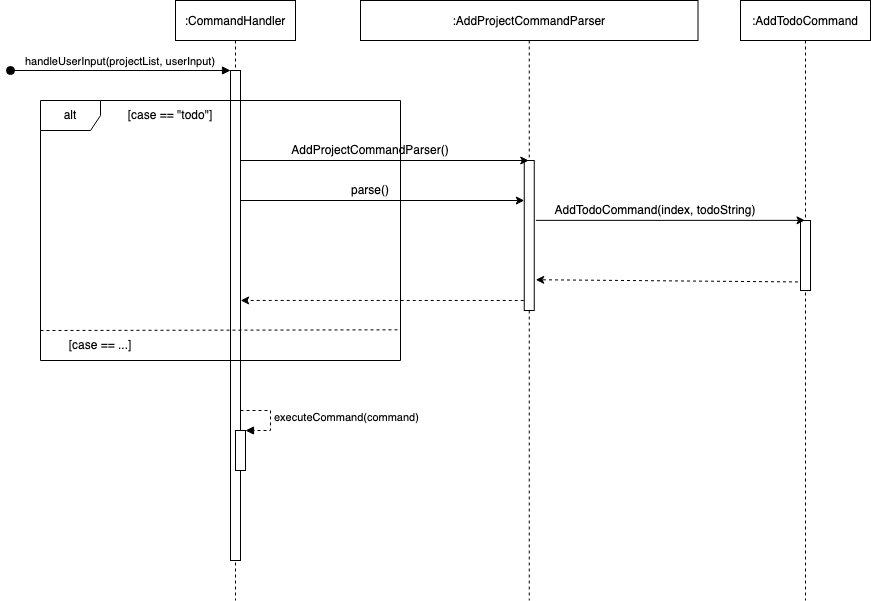
This is docs/UmlDiagrams/CommandParser.png from nus-cs2113-AY2122S2/tp, a draw.io export, as it was before one commit. Source tidied: cells renumbered, new cells last; positions are measured from the earlier drawing's top-left corner, leaving out a move shared by most shapes. Source of this version:
```xml
<mxGraphModel>
  <root>
    <mxCell id="0" />
    <mxCell id="1" parent="0" />
    <mxCell id="2" value=":CommandHandler" style="shape=umlLifeline;perimeter=lifelinePerimeter;rounded=0;shadow=0;strokeWidth=1;" parent="1" vertex="1">
      <mxGeometry x="165" width="120" height="600" as="geometry" />
    </mxCell>
    <mxCell id="3" style="points=[];perimeter=orthogonalPerimeter;rounded=0;shadow=0;strokeWidth=1;" parent="2" vertex="1">
      <mxGeometry x="55" y="70" width="10" height="490" as="geometry" />
    </mxCell>
    <mxCell id="4" value="handleUserInput(projectList, userInput)" style="verticalAlign=bottom;startArrow=oval;endArrow=block;startSize=8;shadow=0;strokeWidth=1;" parent="2" edge="1" target="3">
      <mxGeometry relative="1" as="geometry">
        <mxPoint x="-165" y="70" as="sourcePoint" />
      </mxGeometry>
    </mxCell>
    <mxCell id="5" style="html=1;points=[];perimeter=orthogonalPerimeter;" parent="2" vertex="1">
      <mxGeometry x="60" y="430" width="10" height="40" as="geometry" />
    </mxCell>
    <mxCell id="6" value="executeCommand(command)" style="edgeStyle=orthogonalEdgeStyle;html=1;align=left;spacingLeft=2;endArrow=block;rounded=0;entryX=1;entryY=0;dashed=1;" parent="2" edge="1" target="5">
      <mxGeometry relative="1" as="geometry">
        <mxPoint x="65" y="410" as="sourcePoint" />
        <Array as="points">
          <mxPoint x="95" y="410" />
        </Array>
      </mxGeometry>
    </mxCell>
    <mxCell id="7" value=":AddProjectCommandParser" style="shape=umlLifeline;perimeter=lifelinePerimeter;rounded=0;shadow=0;strokeWidth=1;" parent="1" vertex="1">
      <mxGeometry x="350" width="337.5" height="600" as="geometry" />
    </mxCell>
    <mxCell id="8" style="points=[];perimeter=orthogonalPerimeter;rounded=0;shadow=0;strokeWidth=1;" parent="7" vertex="1">
      <mxGeometry x="163.8" y="160" width="10" height="150" as="geometry" />
    </mxCell>
    <mxCell id="9" style="endArrow=classic;html=1;rounded=0;entryX=0.014;entryY=0;entryDx=0;entryDy=0;entryPerimeter=0;" parent="7" edge="1" target="21">
      <mxGeometry relative="1" as="geometry">
        <mxPoint x="-120" y="200" as="sourcePoint" />
      </mxGeometry>
    </mxCell>
    <mxCell id="10" value="alt" style="shape=umlFrame;whiteSpace=wrap;html=1;" parent="1" vertex="1">
      <mxGeometry x="30" y="100" width="360" height="260" as="geometry" />
    </mxCell>
    <mxCell id="11" style="endArrow=none;dashed=1;html=1;rounded=0;entryX=1.001;entryY=0.882;entryDx=0;entryDy=0;entryPerimeter=0;exitX=0;exitY=0;exitDx=0;exitDy=0;" parent="1" edge="1" source="19" target="10">
      <mxGeometry relative="1" as="geometry" />
    </mxCell>
    <mxCell id="12" value="[case == &quot;todo&quot;]" style="text;html=1;strokeColor=none;fillColor=none;align=center;verticalAlign=middle;whiteSpace=wrap;rounded=0;" parent="1" vertex="1">
      <mxGeometry x="100" y="100" width="120" height="30" as="geometry" />
    </mxCell>
    <mxCell id="13" value=":AddTodoCommand" style="shape=umlLifeline;perimeter=lifelinePerimeter;rounded=0;shadow=0;strokeWidth=1;" parent="1" vertex="1">
      <mxGeometry x="730" width="130" height="600" as="geometry" />
    </mxCell>
    <mxCell id="14" style="points=[];perimeter=orthogonalPerimeter;rounded=0;shadow=0;strokeWidth=1;" parent="13" vertex="1">
      <mxGeometry x="60" y="220" width="10" height="70" as="geometry" />
    </mxCell>
    <mxCell id="15" style="endArrow=classic;html=1;rounded=0;" parent="1" edge="1" target="7">
      <mxGeometry relative="1" as="geometry">
        <mxPoint x="230" y="160" as="sourcePoint" />
      </mxGeometry>
    </mxCell>
    <mxCell id="16" value="AddProjectCommandParser()" style="text;html=1;strokeColor=none;fillColor=none;align=center;verticalAlign=middle;whiteSpace=wrap;rounded=0;" parent="1" vertex="1">
      <mxGeometry x="330" y="140" width="60" height="20" as="geometry" />
    </mxCell>
    <mxCell id="17" style="endArrow=classic;html=1;rounded=0;exitX=0.057;exitY=0.993;exitDx=0;exitDy=0;exitPerimeter=0;" parent="1" edge="1" source="21" target="13">
      <mxGeometry relative="1" as="geometry" />
    </mxCell>
    <mxCell id="18" style="endArrow=classic;html=1;rounded=0;exitX=-0.25;exitY=0.384;exitDx=0;exitDy=0;exitPerimeter=0;entryX=0.556;entryY=0.769;entryDx=0;entryDy=0;entryPerimeter=0;dashed=1;" parent="1" edge="1" target="10">
      <mxGeometry relative="1" as="geometry">
        <mxPoint x="513.2" y="300" as="sourcePoint" />
      </mxGeometry>
    </mxCell>
    <mxCell id="19" value="[case == ...]" style="text;html=1;strokeColor=none;fillColor=none;align=center;verticalAlign=middle;whiteSpace=wrap;rounded=0;" parent="1" vertex="1">
      <mxGeometry x="30" y="330" width="120" height="30" as="geometry" />
    </mxCell>
    <mxCell id="20" style="endArrow=classic;html=1;rounded=0;exitX=-0.25;exitY=0.384;exitDx=0;exitDy=0;exitPerimeter=0;dashed=1;entryX=1.146;entryY=0.795;entryDx=0;entryDy=0;entryPerimeter=0;" parent="1" edge="1" target="8">
      <mxGeometry relative="1" as="geometry">
        <mxPoint x="787.5" y="281.4" as="sourcePoint" />
      </mxGeometry>
    </mxCell>
    <mxCell id="21" value="AddTodoCommand(index, todoString)" style="text;html=1;strokeColor=none;fillColor=none;align=center;verticalAlign=middle;whiteSpace=wrap;rounded=0;" parent="1" vertex="1">
      <mxGeometry x="510" y="200" width="270" height="20" as="geometry" />
    </mxCell>
    <mxCell id="22" value="parse()" style="text;html=1;strokeColor=none;fillColor=none;align=center;verticalAlign=middle;whiteSpace=wrap;rounded=0;" parent="1" vertex="1">
      <mxGeometry x="330" y="180" width="60" height="20" as="geometry" />
    </mxCell>
  </root>
</mxGraphModel>
```
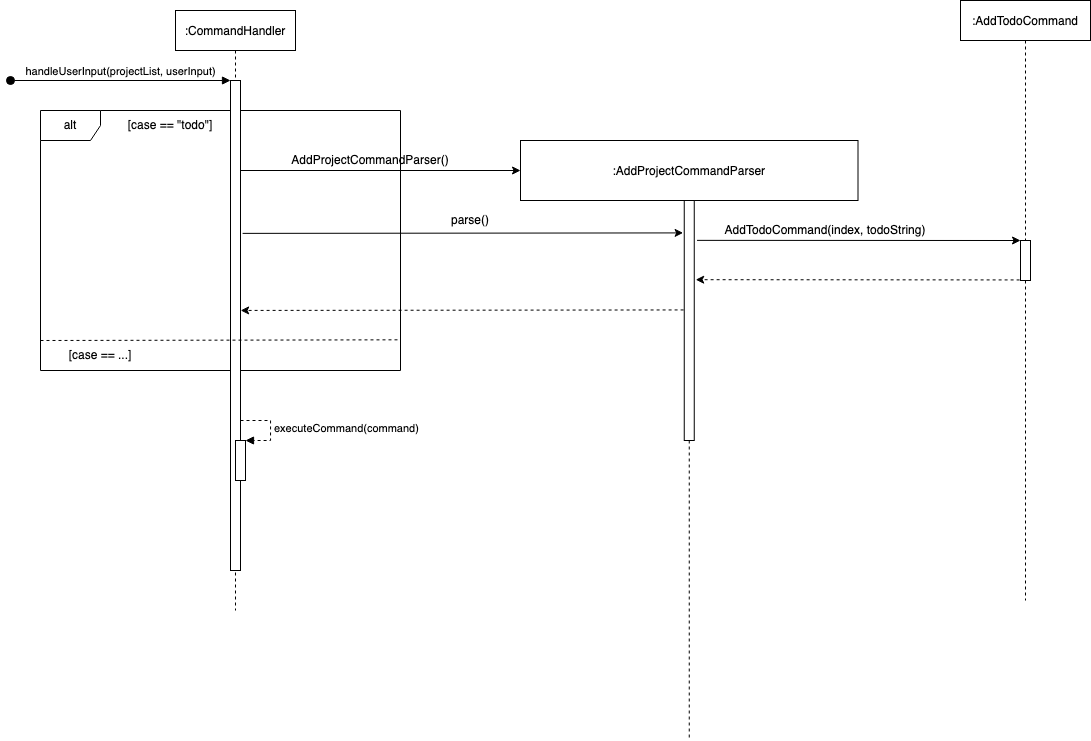
After the commit.

What changed in the source:
```diff
@@ -2,6 +2,9 @@
   <root>
     <mxCell id="0" />
     <mxCell id="1" parent="0" />
+    <mxCell id="10" value="alt" style="shape=umlFrame;whiteSpace=wrap;html=1;" parent="1" vertex="1">
+      <mxGeometry x="30" y="100" width="360" height="260" as="geometry" />
+    </mxCell>
     <mxCell id="2" value=":CommandHandler" style="shape=umlLifeline;perimeter=lifelinePerimeter;rounded=0;shadow=0;strokeWidth=1;" parent="1" vertex="1">
       <mxGeometry x="165" width="120" height="600" as="geometry" />
     </mxCell>
@@ -24,20 +27,12 @@
         </Array>
       </mxGeometry>
     </mxCell>
-    <mxCell id="7" value=":AddProjectCommandParser" style="shape=umlLifeline;perimeter=lifelinePerimeter;rounded=0;shadow=0;strokeWidth=1;" parent="1" vertex="1">
-      <mxGeometry x="350" width="337.5" height="600" as="geometry" />
+    <mxCell id="7" value=":AddProjectCommandParser" style="shape=umlLifeline;perimeter=lifelinePerimeter;rounded=0;shadow=0;strokeWidth=1;size=60;" parent="1" vertex="1">
+      <mxGeometry x="510" y="130" width="337.5" height="600" as="geometry" />
     </mxCell>
     <mxCell id="8" style="points=[];perimeter=orthogonalPerimeter;rounded=0;shadow=0;strokeWidth=1;" parent="7" vertex="1">
-      <mxGeometry x="163.8" y="160" width="10" height="150" as="geometry" />
+      <mxGeometry x="163.8" y="60" width="10" height="240" as="geometry" />
     </mxCell>
-    <mxCell id="9" style="endArrow=classic;html=1;rounded=0;entryX=0.014;entryY=0;entryDx=0;entryDy=0;entryPerimeter=0;" parent="7" edge="1" target="21">
-      <mxGeometry relative="1" as="geometry">
-        <mxPoint x="-120" y="200" as="sourcePoint" />
-      </mxGeometry>
-    </mxCell>
-    <mxCell id="10" value="alt" style="shape=umlFrame;whiteSpace=wrap;html=1;" parent="1" vertex="1">
-      <mxGeometry x="30" y="100" width="360" height="260" as="geometry" />
-    </mxCell>
     <mxCell id="11" style="endArrow=none;dashed=1;html=1;rounded=0;entryX=1.001;entryY=0.882;entryDx=0;entryDy=0;entryPerimeter=0;exitX=0;exitY=0;exitDx=0;exitDy=0;" parent="1" edge="1" source="19" target="10">
       <mxGeometry relative="1" as="geometry" />
     </mxCell>
@@ -45,40 +40,40 @@
       <mxGeometry x="100" y="100" width="120" height="30" as="geometry" />
     </mxCell>
     <mxCell id="13" value=":AddTodoCommand" style="shape=umlLifeline;perimeter=lifelinePerimeter;rounded=0;shadow=0;strokeWidth=1;" parent="1" vertex="1">
-      <mxGeometry x="730" width="130" height="600" as="geometry" />
+      <mxGeometry x="950" y="-10" width="130" height="600" as="geometry" />
     </mxCell>
     <mxCell id="14" style="points=[];perimeter=orthogonalPerimeter;rounded=0;shadow=0;strokeWidth=1;" parent="13" vertex="1">
-      <mxGeometry x="60" y="220" width="10" height="70" as="geometry" />
+      <mxGeometry x="60" y="240" width="10" height="40" as="geometry" />
     </mxCell>
-    <mxCell id="15" style="endArrow=classic;html=1;rounded=0;" parent="1" edge="1" target="7">
+    <mxCell id="15" style="endArrow=classic;html=1;rounded=0;" parent="1" edge="1">
       <mxGeometry relative="1" as="geometry">
         <mxPoint x="230" y="160" as="sourcePoint" />
+        <mxPoint x="510" y="160" as="targetPoint" />
       </mxGeometry>
     </mxCell>
     <mxCell id="16" value="AddProjectCommandParser()" style="text;html=1;strokeColor=none;fillColor=none;align=center;verticalAlign=middle;whiteSpace=wrap;rounded=0;" parent="1" vertex="1">
       <mxGeometry x="330" y="140" width="60" height="20" as="geometry" />
     </mxCell>
-    <mxCell id="17" style="endArrow=classic;html=1;rounded=0;exitX=0.057;exitY=0.993;exitDx=0;exitDy=0;exitPerimeter=0;" parent="1" edge="1" source="21" target="13">
+    <mxCell id="17" style="endArrow=classic;html=1;rounded=0;exitX=0.057;exitY=0.993;exitDx=0;exitDy=0;exitPerimeter=0;entryX=0;entryY=0;entryDx=0;entryDy=0;entryPerimeter=0;" parent="1" edge="1" source="21" target="14">
       <mxGeometry relative="1" as="geometry" />
     </mxCell>
-    <mxCell id="18" style="endArrow=classic;html=1;rounded=0;exitX=-0.25;exitY=0.384;exitDx=0;exitDy=0;exitPerimeter=0;entryX=0.556;entryY=0.769;entryDx=0;entryDy=0;entryPerimeter=0;dashed=1;" parent="1" edge="1" target="10">
-      <mxGeometry relative="1" as="geometry">
-        <mxPoint x="513.2" y="300" as="sourcePoint" />
-      </mxGeometry>
+    <mxCell id="18" style="endArrow=classic;html=1;rounded=0;entryX=0.556;entryY=0.769;entryDx=0;entryDy=0;entryPerimeter=0;dashed=1;exitX=-0.065;exitY=0.456;exitDx=0;exitDy=0;exitPerimeter=0;" parent="1" edge="1" source="8" target="10">
+      <mxGeometry relative="1" as="geometry" />
     </mxCell>
     <mxCell id="19" value="[case == ...]" style="text;html=1;strokeColor=none;fillColor=none;align=center;verticalAlign=middle;whiteSpace=wrap;rounded=0;" parent="1" vertex="1">
       <mxGeometry x="30" y="330" width="120" height="30" as="geometry" />
     </mxCell>
-    <mxCell id="20" style="endArrow=classic;html=1;rounded=0;exitX=-0.25;exitY=0.384;exitDx=0;exitDy=0;exitPerimeter=0;dashed=1;entryX=1.146;entryY=0.795;entryDx=0;entryDy=0;entryPerimeter=0;" parent="1" edge="1" target="8">
-      <mxGeometry relative="1" as="geometry">
-        <mxPoint x="787.5" y="281.4" as="sourcePoint" />
-      </mxGeometry>
+    <mxCell id="20" style="endArrow=classic;html=1;rounded=0;exitX=-0.088;exitY=0.986;exitDx=0;exitDy=0;exitPerimeter=0;dashed=1;entryX=1.146;entryY=0.33;entryDx=0;entryDy=0;entryPerimeter=0;" parent="1" edge="1" source="14" target="8">
+      <mxGeometry relative="1" as="geometry" />
     </mxCell>
     <mxCell id="21" value="AddTodoCommand(index, todoString)" style="text;html=1;strokeColor=none;fillColor=none;align=center;verticalAlign=middle;whiteSpace=wrap;rounded=0;" parent="1" vertex="1">
-      <mxGeometry x="510" y="200" width="270" height="20" as="geometry" />
+      <mxGeometry x="670" y="210" width="290" height="20" as="geometry" />
     </mxCell>
     <mxCell id="22" value="parse()" style="text;html=1;strokeColor=none;fillColor=none;align=center;verticalAlign=middle;whiteSpace=wrap;rounded=0;" parent="1" vertex="1">
-      <mxGeometry x="330" y="180" width="60" height="20" as="geometry" />
+      <mxGeometry x="430" y="200" width="60" height="20" as="geometry" />
     </mxCell>
+    <mxCell id="9" style="endArrow=classic;html=1;rounded=0;exitX=1.212;exitY=0.312;exitDx=0;exitDy=0;exitPerimeter=0;entryX=-0.114;entryY=0.135;entryDx=0;entryDy=0;entryPerimeter=0;" parent="1" edge="1" source="3" target="8">
+      <mxGeometry relative="1" as="geometry" />
+    </mxCell>
   </root>
 </mxGraphModel>
```
